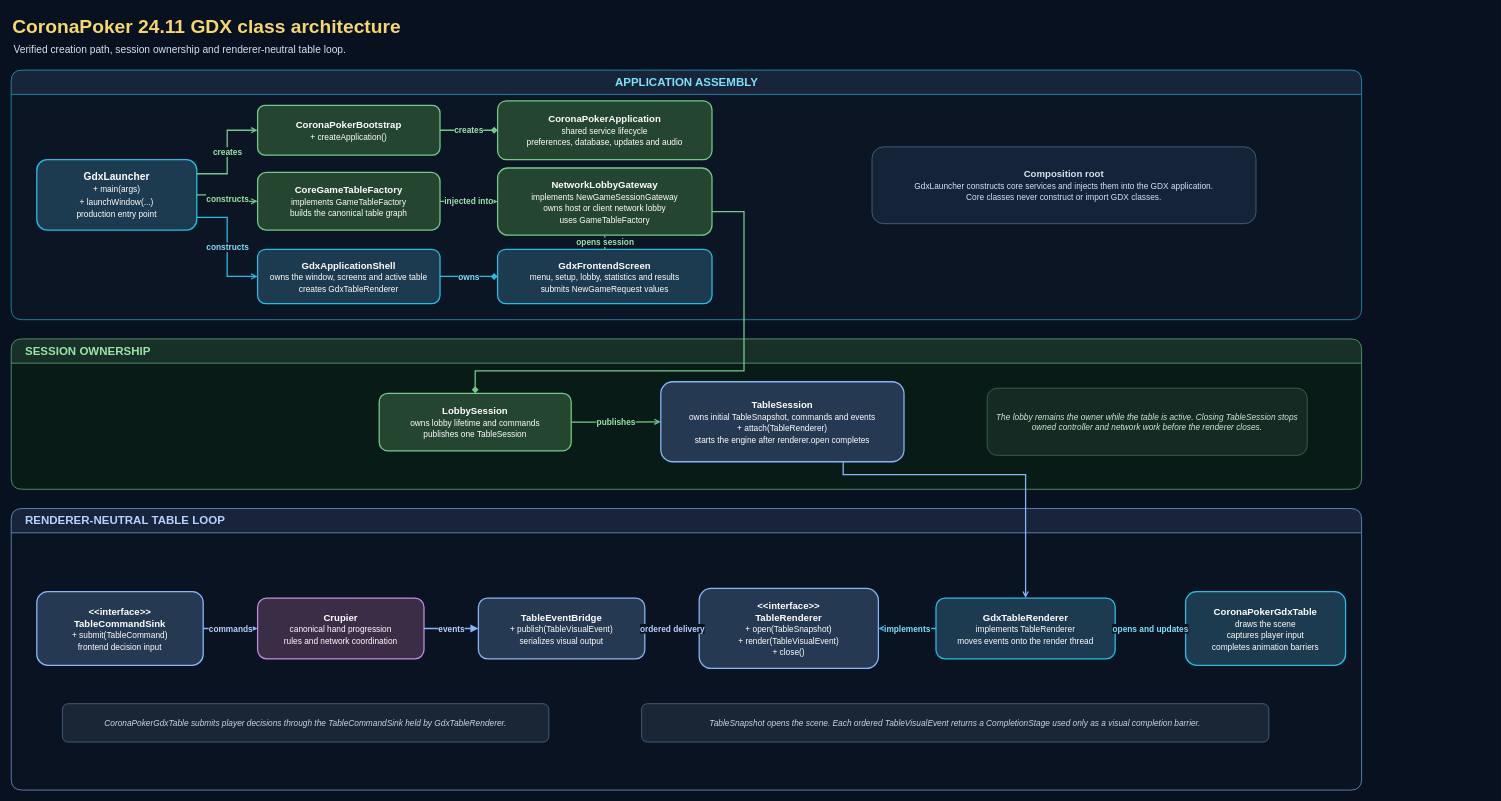
Above: docs/diagrams/coronapoker-frontend-uml.drawio in tonikelope/coronapoker (draw.io), before the change. Source tidied: cells renumbered, new cells numbered last; positions are measured from the earlier drawing's top-left corner, leaving out a move shared by most shapes. Both pictures are drawn from the tidied source at 64%, with x=0, y=0 at pixel (11, 11).
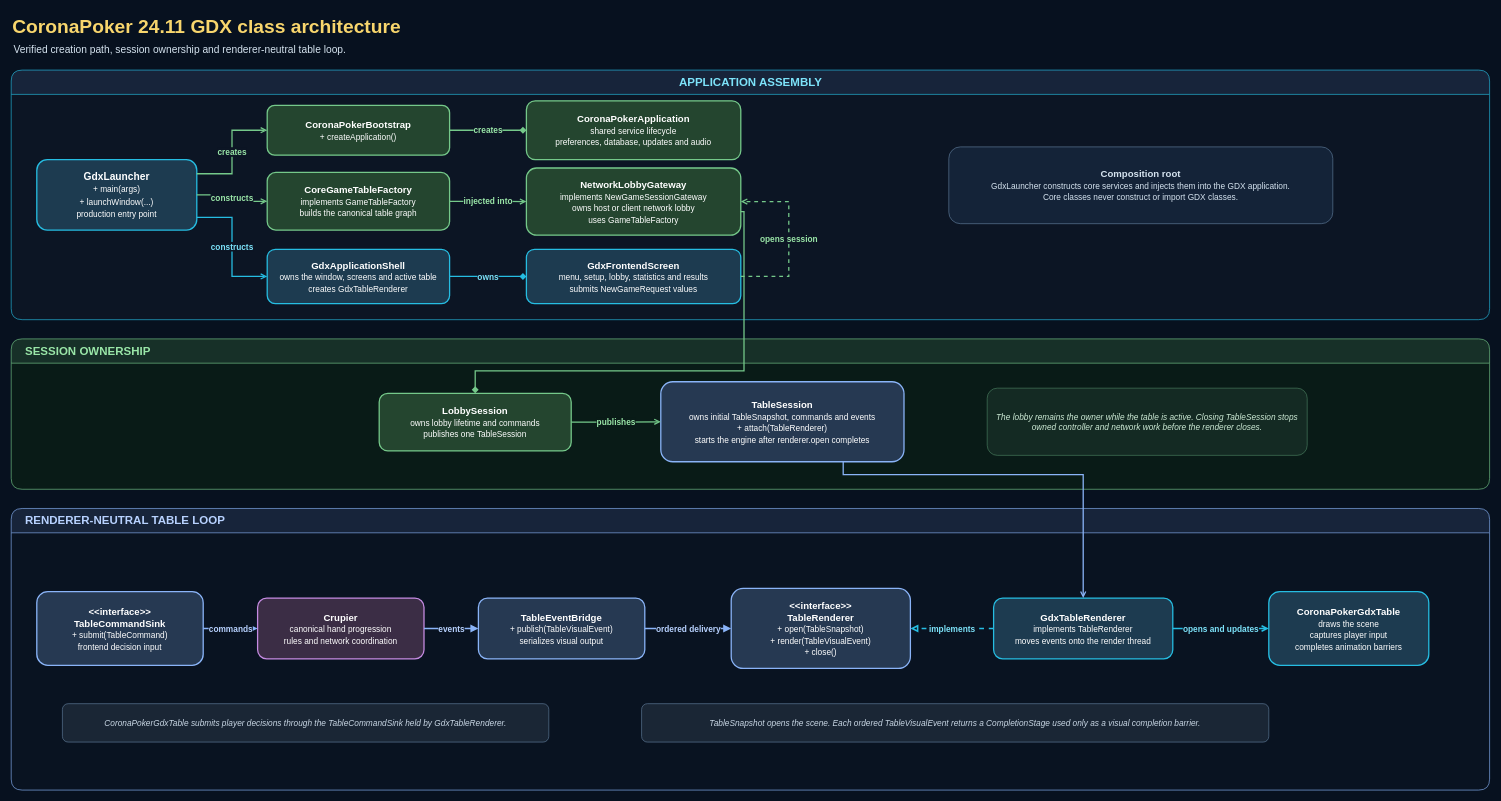
Above is the later version.

Unchanged cells that the change refers to:
```xml
<mxCell id="22" value="&lt;b&gt;TableSession&lt;/b&gt;&lt;br&gt;&lt;font size=&quot;2&quot;&gt;owns initial TableSnapshot, commands and events&lt;br&gt;+ attach(TableRenderer)&lt;br&gt;starts the engine after renderer.open completes&lt;/font&gt;" style="rounded=1;whiteSpace=wrap;html=1;fillColor=#263952;strokeColor=#8AB4F8;strokeWidth=2;fontColor=#FFFFFF;fontSize=15;" parent="1" vertex="1">
  <mxGeometry x="1015" y="579" width="380" height="125" as="geometry" />
</mxCell>
```

What changed in the source:
```diff
@@
     <mxCell id="4" value="APPLICATION ASSEMBLY" style="swimlane;html=1;rounded=1;startSize=38;horizontal=1;fillColor=#17243A;swimlaneFillColor=#0C1524;strokeColor=#26BDE2;fontColor=#7DE3FA;fontSize=18;fontStyle=1;" parent="1" vertex="1">
-      <mxGeometry y="92" width="2110" height="390" as="geometry" />
+      <mxGeometry y="92" width="2310" height="390" as="geometry" />
     </mxCell>
@@
     <mxCell id="6" value="&lt;b&gt;CoronaPokerBootstrap&lt;/b&gt;&lt;br&gt;&lt;font size=&quot;2&quot;&gt;+ createApplication()&lt;/font&gt;" style="rounded=1;whiteSpace=wrap;html=1;fillColor=#24452F;strokeColor=#75C98A;strokeWidth=2;fontColor=#FFFFFF;fontSize=15;" parent="1" vertex="1">
-      <mxGeometry x="385" y="147" width="285" height="78" as="geometry" />
+      <mxGeometry x="400" y="147" width="285" height="78" as="geometry" />
     </mxCell>
     <mxCell id="7" value="&lt;b&gt;CoronaPokerApplication&lt;/b&gt;&lt;br&gt;&lt;font size=&quot;2&quot;&gt;shared service lifecycle&lt;br&gt;preferences, database, updates and audio&lt;/font&gt;" style="rounded=1;whiteSpace=wrap;html=1;fillColor=#24452F;strokeColor=#75C98A;strokeWidth=2;fontColor=#FFFFFF;fontSize=15;" parent="1" vertex="1">
-      <mxGeometry x="760" y="140" width="335" height="92" as="geometry" />
+      <mxGeometry x="805" y="140" width="335" height="92" as="geometry" />
     </mxCell>
     <mxCell id="8" value="&lt;b&gt;CoreGameTableFactory&lt;/b&gt;&lt;br&gt;&lt;font size=&quot;2&quot;&gt;implements GameTableFactory&lt;br&gt;builds the canonical table graph&lt;/font&gt;" style="rounded=1;whiteSpace=wrap;html=1;fillColor=#24452F;strokeColor=#75C98A;strokeWidth=2;fontColor=#FFFFFF;fontSize=15;" parent="1" vertex="1">
-      <mxGeometry x="385" y="252" width="285" height="90" as="geometry" />
+      <mxGeometry x="400" y="252" width="285" height="90" as="geometry" />
     </mxCell>
     <mxCell id="9" value="&lt;b&gt;NetworkLobbyGateway&lt;/b&gt;&lt;br&gt;&lt;font size=&quot;2&quot;&gt;implements NewGameSessionGateway&lt;br&gt;owns host or client network lobby&lt;br&gt;uses GameTableFactory&lt;/font&gt;" style="rounded=1;whiteSpace=wrap;html=1;fillColor=#24452F;strokeColor=#75C98A;strokeWidth=2;fontColor=#FFFFFF;fontSize=15;" parent="1" vertex="1">
-      <mxGeometry x="760" y="245" width="335" height="105" as="geometry" />
+      <mxGeometry x="805" y="245" width="335" height="105" as="geometry" />
     </mxCell>
     <mxCell id="10" value="&lt;b&gt;GdxApplicationShell&lt;/b&gt;&lt;br&gt;&lt;font size=&quot;2&quot;&gt;owns the window, screens and active table&lt;br&gt;creates GdxTableRenderer&lt;/font&gt;" style="rounded=1;whiteSpace=wrap;html=1;fillColor=#1D3B50;strokeColor=#26BDE2;strokeWidth=2;fontColor=#FFFFFF;fontSize=15;" parent="1" vertex="1">
-      <mxGeometry x="385" y="372" width="285" height="85" as="geometry" />
+      <mxGeometry x="400" y="372" width="285" height="85" as="geometry" />
     </mxCell>
     <mxCell id="11" value="&lt;b&gt;GdxFrontendScreen&lt;/b&gt;&lt;br&gt;&lt;font size=&quot;2&quot;&gt;menu, setup, lobby, statistics and results&lt;br&gt;submits NewGameRequest values&lt;/font&gt;" style="rounded=1;whiteSpace=wrap;html=1;fillColor=#1D3B50;strokeColor=#26BDE2;strokeWidth=2;fontColor=#FFFFFF;fontSize=15;" parent="1" vertex="1">
-      <mxGeometry x="760" y="372" width="335" height="85" as="geometry" />
+      <mxGeometry x="805" y="372" width="335" height="85" as="geometry" />
     </mxCell>
     <mxCell id="12" value="&lt;b&gt;Composition root&lt;/b&gt;&lt;br&gt;&lt;font size=&quot;2&quot;&gt;GdxLauncher constructs core services and injects them into the GDX application.&lt;br&gt;Core classes never construct or import GDX classes.&lt;/font&gt;" style="rounded=1;whiteSpace=wrap;html=1;fillColor=#142338;strokeColor=#607D9B;fontColor=#D6E4F0;fontSize=15;" parent="1" vertex="1">
-      <mxGeometry x="1345" y="212" width="600" height="120" as="geometry" />
+      <mxGeometry x="1465" y="212" width="600" height="120" as="geometry" />
     </mxCell>
@@
-    <mxCell id="19" value="opens session" style="edgeStyle=orthogonalEdgeStyle;rounded=0;html=1;endArrow=open;endFill=0;dashed=1;strokeColor=#75C98A;strokeWidth=2;fontColor=#9AE6A8;fontSize=13;fontStyle=1;labelBackgroundColor=#0C1524;exitX=0.5;exitY=0;entryX=0.5;entryY=1;" parent="1" edge="1" source="11" target="9">
-      <mxGeometry relative="1" as="geometry" />
+    <mxCell id="19" value="opens session" style="edgeStyle=orthogonalEdgeStyle;rounded=0;html=1;endArrow=open;endFill=0;dashed=1;strokeColor=#75C98A;strokeWidth=2;fontColor=#9AE6A8;fontSize=13;fontStyle=1;labelBackgroundColor=#0C1524;exitX=1;exitY=0.5;entryX=1;entryY=0.5;" parent="1" edge="1" source="11" target="9">
+      <mxGeometry relative="1" as="geometry">
+        <Array as="points">
+          <mxPoint x="1215" y="414" />
+          <mxPoint x="1215" y="297" />
+        </Array>
+      </mxGeometry>
     </mxCell>
     <mxCell id="20" value="SESSION OWNERSHIP" style="swimlane;html=1;rounded=1;startSize=38;horizontal=1;align=left;spacingLeft=20;fillColor=#173028;swimlaneFillColor=#091B17;strokeColor=#75C98A;fontColor=#9AE6A8;fontSize=18;fontStyle=1;" parent="1" vertex="1">
-      <mxGeometry y="512" width="2110" height="235" as="geometry" />
+      <mxGeometry y="512" width="2310" height="235" as="geometry" />
     </mxCell>
@@
     <mxCell id="26" value="RENDERER-NEUTRAL TABLE LOOP" style="swimlane;html=1;rounded=1;startSize=38;horizontal=1;align=left;spacingLeft=20;fillColor=#17243A;swimlaneFillColor=#091321;strokeColor=#8AB4F8;fontColor=#B8D2FF;fontSize=18;fontStyle=1;" parent="1" vertex="1">
-      <mxGeometry y="777" width="2110" height="440" as="geometry" />
+      <mxGeometry y="777" width="2310" height="440" as="geometry" />
     </mxCell>
@@
     <mxCell id="30" value="&lt;b&gt;&amp;lt;&amp;lt;interface&amp;gt;&amp;gt;&lt;br&gt;TableRenderer&lt;/b&gt;&lt;br&gt;&lt;font size=&quot;2&quot;&gt;+ open(TableSnapshot)&lt;br&gt;+ render(TableVisualEvent)&lt;br&gt;+ close()&lt;/font&gt;" style="rounded=1;whiteSpace=wrap;html=1;fillColor=#263952;strokeColor=#8AB4F8;strokeWidth=2;fontColor=#FFFFFF;fontSize=15;" parent="1" vertex="1">
-      <mxGeometry x="1075" y="902" width="280" height="125" as="geometry" />
+      <mxGeometry x="1125" y="902" width="280" height="125" as="geometry" />
     </mxCell>
     <mxCell id="31" value="&lt;b&gt;GdxTableRenderer&lt;/b&gt;&lt;br&gt;&lt;font size=&quot;2&quot;&gt;implements TableRenderer&lt;br&gt;moves events onto the render thread&lt;/font&gt;" style="rounded=1;whiteSpace=wrap;html=1;fillColor=#1D3B50;strokeColor=#26BDE2;strokeWidth=2;fontColor=#FFFFFF;fontSize=15;" parent="1" vertex="1">
-      <mxGeometry x="1445" y="917" width="280" height="95" as="geometry" />
+      <mxGeometry x="1535" y="917" width="280" height="95" as="geometry" />
     </mxCell>
     <mxCell id="32" value="&lt;b&gt;CoronaPokerGdxTable&lt;/b&gt;&lt;br&gt;&lt;font size=&quot;2&quot;&gt;draws the scene&lt;br&gt;captures player input&lt;br&gt;completes animation barriers&lt;/font&gt;" style="rounded=1;whiteSpace=wrap;html=1;fillColor=#1D3B50;strokeColor=#26BDE2;strokeWidth=2;fontColor=#FFFFFF;fontSize=15;" parent="1" vertex="1">
-      <mxGeometry x="1835" y="907" width="250" height="115" as="geometry" />
+      <mxGeometry x="1965" y="907" width="250" height="115" as="geometry" />
     </mxCell>
@@
     <mxCell id="38" style="edgeStyle=orthogonalEdgeStyle;rounded=0;html=1;endArrow=open;endFill=0;strokeColor=#8AB4F8;strokeWidth=2;exitX=0.75;exitY=1;entryX=0.5;entryY=0;" parent="1" edge="1" source="22" target="31">
       <mxGeometry relative="1" as="geometry">
         <Array as="points">
           <mxPoint x="1300" y="724" />
-          <mxPoint x="1585" y="724" />
-          <mxPoint x="1585" y="842" />
+          <mxPoint x="1675" y="724" />
+          <mxPoint x="1675" y="842" />
         </Array>
       </mxGeometry>
     </mxCell>
```
